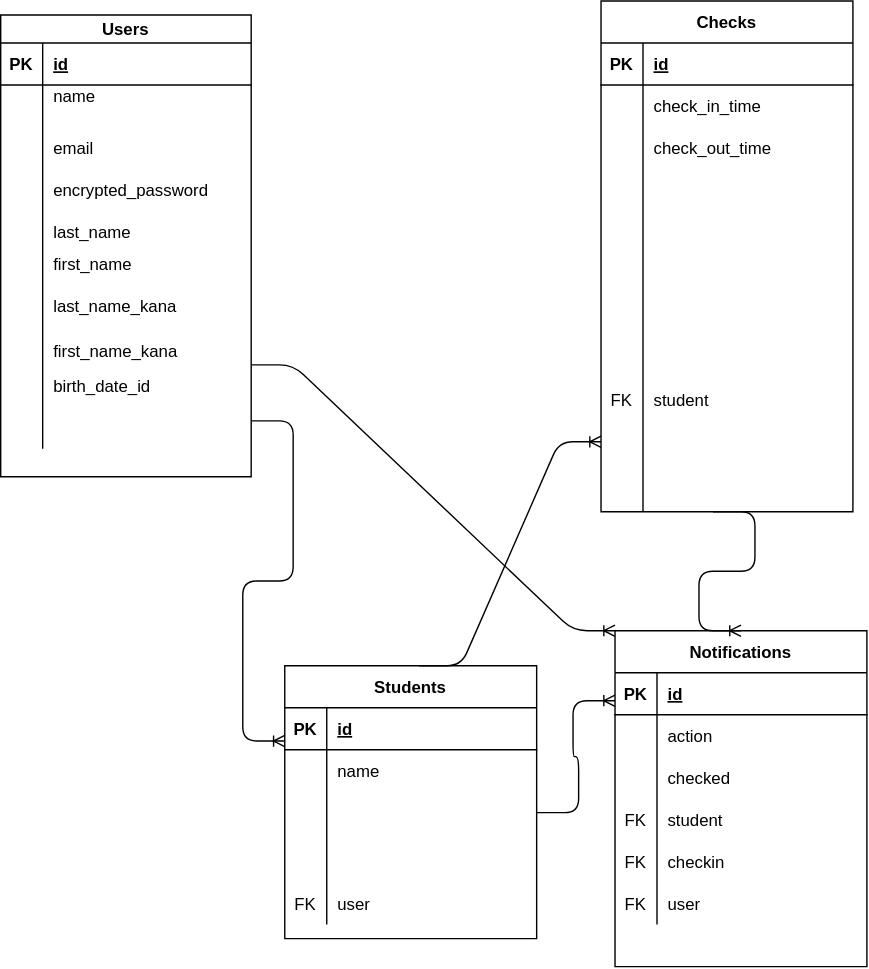
This is test.drawio.svg from kazu121212/e.everyday, a draw.io export, as it was before one commit. Source tidied: cells renumbered, new cells last; positions are measured from the earlier drawing's top-left corner, leaving out a move shared by most shapes.
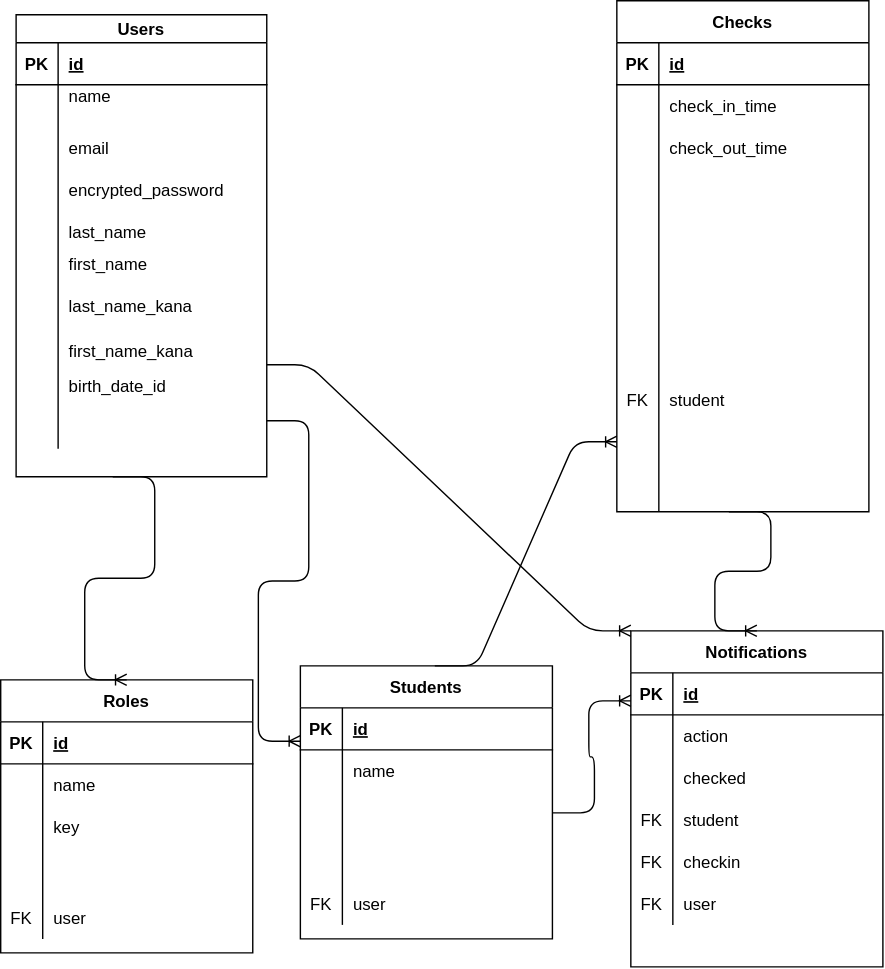
Later version of the same file.

Commit message:
ER図にRolesモデルを追加

Diff of the diagram source:
```diff
@@ -340,5 +340,61 @@
         <mxPoint x="299" y="475" as="sourcePoint" />
       </mxGeometry>
     </mxCell>
+    <mxCell id="111" value="Roles" style="shape=table;startSize=30;rowLines=0;fontStyle=1;align=center;" parent="1" vertex="1">
+      <mxGeometry x="-11" y="485" width="180" height="195" as="geometry" />
+    </mxCell>
+    <mxCell id="112" style="shape=partialRectangle;fillColor=none;top=0;left=0;bottom=1;right=0;" parent="111" vertex="1">
+      <mxGeometry y="30" width="180" height="30" as="geometry" />
+    </mxCell>
+    <mxCell id="113" value="PK" style="shape=partialRectangle;fillColor=none;top=0;left=0;bottom=0;right=0;fontStyle=1;overflow=hidden;" parent="112" vertex="1">
+      <mxGeometry width="30" height="30" as="geometry" />
+    </mxCell>
+    <mxCell id="114" value="id" style="shape=partialRectangle;fillColor=none;top=0;left=0;bottom=0;right=0;align=left;spacingLeft=6;fontStyle=5;overflow=hidden;" parent="112" vertex="1">
+      <mxGeometry x="30" width="150" height="30" as="geometry" />
+    </mxCell>
+    <mxCell id="115" style="shape=partialRectangle;fillColor=none;top=0;left=0;bottom=0;right=0;" parent="111" vertex="1">
+      <mxGeometry y="60" width="180" height="30" as="geometry" />
+    </mxCell>
+    <mxCell id="116" style="shape=partialRectangle;fillColor=none;top=0;left=0;bottom=0;right=0;overflow=hidden;" parent="115" vertex="1">
+      <mxGeometry width="30" height="30" as="geometry" />
+    </mxCell>
+    <mxCell id="117" value="name" style="shape=partialRectangle;fillColor=none;top=0;left=0;bottom=0;right=0;align=left;spacingLeft=6;overflow=hidden;" parent="115" vertex="1">
+      <mxGeometry x="30" width="150" height="30" as="geometry" />
+    </mxCell>
+    <mxCell id="118" style="shape=partialRectangle;fillColor=none;top=0;left=0;bottom=0;right=0;" parent="111" vertex="1">
+      <mxGeometry y="90" width="180" height="30" as="geometry" />
+    </mxCell>
+    <mxCell id="119" style="shape=partialRectangle;fillColor=none;top=0;left=0;bottom=0;right=0;overflow=hidden;" parent="118" vertex="1">
+      <mxGeometry width="30" height="30" as="geometry" />
+    </mxCell>
+    <mxCell id="120" value="key" style="shape=partialRectangle;fillColor=none;top=0;left=0;bottom=0;right=0;align=left;spacingLeft=6;overflow=hidden;" parent="118" vertex="1">
+      <mxGeometry x="30" width="150" height="30" as="geometry" />
+    </mxCell>
+    <mxCell id="121" style="shape=partialRectangle;fillColor=none;top=0;left=0;bottom=0;right=0;" parent="111" vertex="1">
+      <mxGeometry y="120" width="180" height="35" as="geometry" />
+    </mxCell>
+    <mxCell id="122" style="shape=partialRectangle;fillColor=none;top=0;left=0;bottom=0;right=0;overflow=hidden;" parent="121" vertex="1">
+      <mxGeometry width="30" height="35" as="geometry" />
+    </mxCell>
+    <mxCell id="123" style="shape=partialRectangle;fillColor=none;top=0;left=0;bottom=0;right=0;align=left;spacingLeft=6;overflow=hidden;" parent="121" vertex="1">
+      <mxGeometry x="30" width="150" height="35" as="geometry" />
+    </mxCell>
+    <mxCell id="124" style="shape=partialRectangle;fillColor=none;top=0;left=0;bottom=0;right=0;" parent="111" vertex="1">
+      <mxGeometry y="155" width="180" height="30" as="geometry" />
+    </mxCell>
+    <mxCell id="125" style="shape=partialRectangle;fillColor=none;top=0;left=0;bottom=0;right=0;overflow=hidden;" parent="124" vertex="1">
+      <mxGeometry width="30" height="30" as="geometry" />
+    </mxCell>
+    <mxCell id="126" value="user" style="shape=partialRectangle;fillColor=none;top=0;left=0;bottom=0;right=0;align=left;spacingLeft=6;overflow=hidden;" parent="124" vertex="1">
+      <mxGeometry x="30" width="150" height="30" as="geometry" />
+    </mxCell>
+    <mxCell id="127" value="FK" style="shape=partialRectangle;fillColor=none;top=0;left=0;bottom=0;right=0;overflow=hidden;" parent="1" vertex="1">
+      <mxGeometry x="-11" y="640" width="30" height="30" as="geometry" />
+    </mxCell>
+    <mxCell id="128" style="edgeStyle=entityRelationEdgeStyle;fontSize=12;html=1;endArrow=ERoneToMany;entryX=0.5;entryY=0;entryDx=0;entryDy=0;" parent="1" edge="1" target="111">
+      <mxGeometry relative="1" as="geometry">
+        <mxPoint x="69" y="340" as="sourcePoint" />
+      </mxGeometry>
+    </mxCell>
   </root>
 </mxGraphModel>
```
